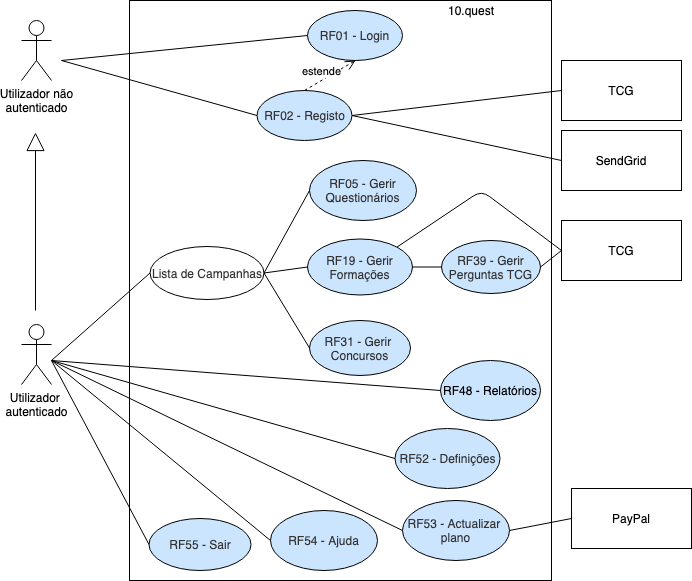
BrunoGrifo/Tese keeps this draw.io diagram as img/rf/alto-nivel.png. Above is the earlier version. Source tidied: cells renumbered, new cells last; positions are measured from the earlier drawing's top-left corner, leaving out a move shared by most shapes.
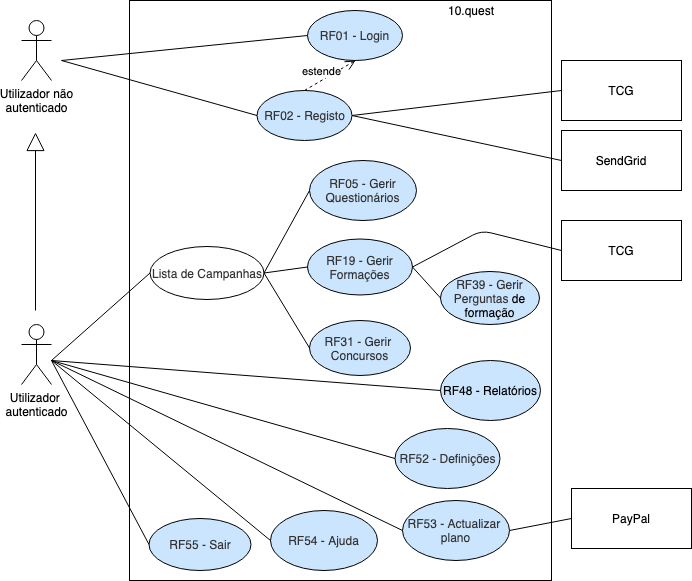
After the commit.

Diff of the diagram source:
```diff
@@ -94,8 +94,8 @@
     <mxCell id="26" style="endArrow=none;html=1;entryX=0;entryY=0.5;entryDx=0;entryDy=0;exitX=1;exitY=0.5;exitDx=0;exitDy=0;" parent="1" edge="1" source="36" target="25">
       <mxGeometry relative="1" as="geometry" />
     </mxCell>
-    <mxCell id="27" value="RF39 - Gerir&lt;br&gt;Perguntas TCG" style="ellipse;whiteSpace=wrap;html=1;fillColor=#CCE5FF;strokeColor=#000000;fontColor=#333333;" parent="1" vertex="1">
-      <mxGeometry x="420" y="240" width="99" height="53" as="geometry" />
+    <mxCell id="27" value="RF39 - Gerir&lt;br&gt;Perguntas&amp;nbsp;&lt;span style=&quot;color: rgb(0 , 0 , 0)&quot;&gt;de formação&lt;/span&gt;" style="ellipse;whiteSpace=wrap;html=1;fillColor=#CCE5FF;strokeColor=#000000;fontColor=#333333;" parent="1" vertex="1">
+      <mxGeometry x="419" y="271" width="99" height="53" as="geometry" />
     </mxCell>
     <mxCell id="28" style="endArrow=none;html=1;entryX=0;entryY=0.5;entryDx=0;entryDy=0;exitX=1;exitY=0.5;exitDx=0;exitDy=0;" parent="1" edge="1" source="12" target="27">
       <mxGeometry relative="1" as="geometry" />
@@ -134,15 +134,12 @@
     <mxCell id="38" value="TCG" style="rounded=0;whiteSpace=wrap;html=1;" parent="1" vertex="1">
       <mxGeometry x="540" y="220" width="120" height="60" as="geometry" />
     </mxCell>
-    <mxCell id="39" style="endArrow=none;html=1;exitX=1;exitY=0;exitDx=0;exitDy=0;entryX=0;entryY=0.5;entryDx=0;entryDy=0;" parent="1" edge="1" source="12" target="38">
+    <mxCell id="39" style="endArrow=none;html=1;exitX=1;exitY=0.5;exitDx=0;exitDy=0;entryX=0;entryY=0.5;entryDx=0;entryDy=0;" parent="1" edge="1" source="12" target="38">
       <mxGeometry relative="1" as="geometry">
         <Array as="points">
-          <mxPoint x="460" y="190" />
+          <mxPoint x="460" y="230" />
         </Array>
       </mxGeometry>
     </mxCell>
-    <mxCell id="40" style="endArrow=none;html=1;entryX=0;entryY=0.5;entryDx=0;entryDy=0;exitX=1;exitY=0.5;exitDx=0;exitDy=0;" parent="1" edge="1" source="27" target="38">
-      <mxGeometry relative="1" as="geometry" />
-    </mxCell>
   </root>
 </mxGraphModel>
```
